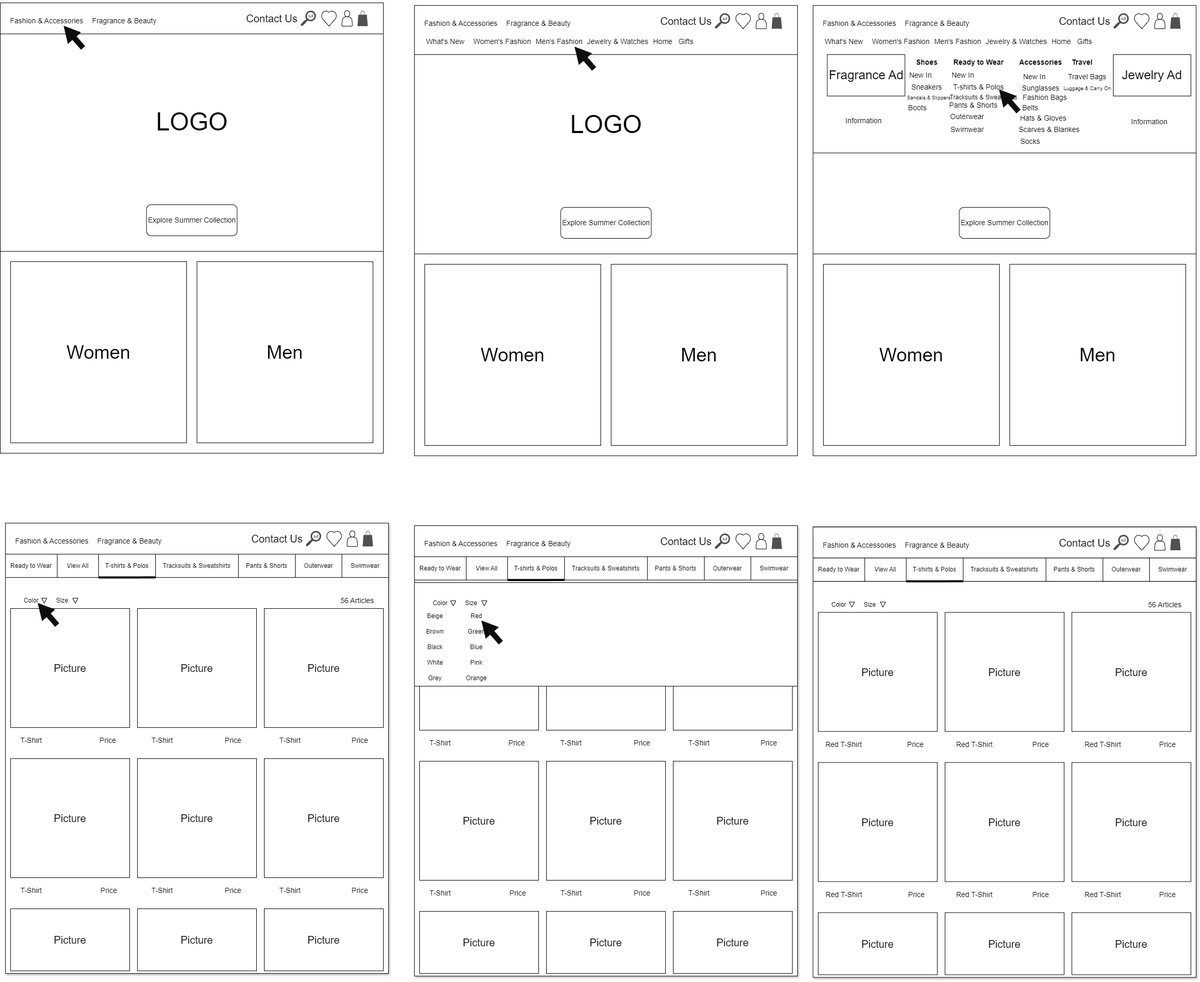
This is project-one-wireframe.drawio.png from raymondmendozaaa/raymondmendozaaa, a draw.io export, as it was before one commit. Source tidied: cells renumbered, new cells last; positions are measured from the earlier drawing's top-left corner, leaving out a move shared by most shapes.
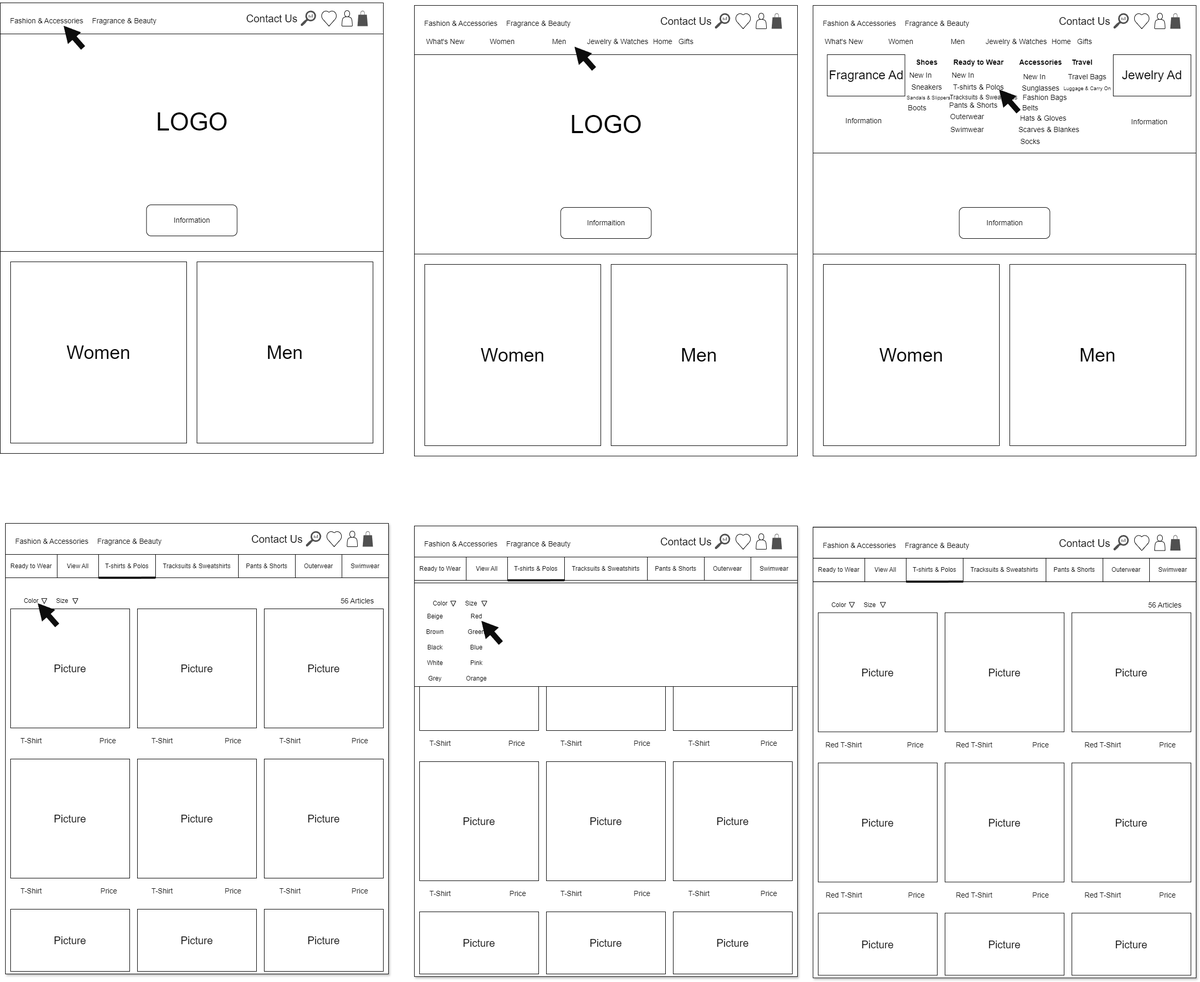
The same diagram one commit later.

Change to the diagram source:
```diff
@@ -41,7 +41,7 @@
     <mxCell id="14" value="&lt;font style=&quot;font-size: 14px;&quot;&gt;Fragrance &amp;amp; Beauty&lt;/font&gt;" style="text;html=1;align=center;verticalAlign=middle;whiteSpace=wrap;rounded=0;" parent="1" vertex="1">
       <mxGeometry x="160" width="160" height="80" as="geometry" />
     </mxCell>
-    <mxCell id="15" value="&lt;font style=&quot;font-size: 14px;&quot;&gt;Explore Summer Collection&lt;/font&gt;" style="rounded=1;whiteSpace=wrap;html=1;" parent="1" vertex="1">
+    <mxCell id="15" value="&lt;span style=&quot;font-size: 14px;&quot;&gt;Information&lt;/span&gt;" style="rounded=1;whiteSpace=wrap;html=1;" parent="1" vertex="1">
       <mxGeometry x="282.5" y="395" width="175" height="60" as="geometry" />
     </mxCell>
     <mxCell id="16" style="rounded=0;whiteSpace=wrap;html=1;" parent="1" vertex="1">
@@ -83,7 +83,7 @@
     <mxCell id="28" value="&lt;font style=&quot;font-size: 14px;&quot;&gt;Fragrance &amp;amp; Beauty&lt;/font&gt;" style="text;html=1;align=center;verticalAlign=middle;whiteSpace=wrap;rounded=0;" parent="1" vertex="1">
       <mxGeometry x="960" y="5" width="160" height="80" as="geometry" />
     </mxCell>
-    <mxCell id="29" value="&lt;font style=&quot;font-size: 14px;&quot;&gt;Explore Summer Collection&lt;/font&gt;" style="rounded=1;whiteSpace=wrap;html=1;" parent="1" vertex="1">
+    <mxCell id="29" value="&lt;span style=&quot;font-size: 14px;&quot;&gt;Informaition&lt;/span&gt;" style="rounded=1;whiteSpace=wrap;html=1;" parent="1" vertex="1">
       <mxGeometry x="1082.5" y="400" width="175" height="60" as="geometry" />
     </mxCell>
     <mxCell id="30" style="shape=flexArrow;endArrow=classic;html=1;rounded=0;strokeWidth=2;width=7.692307692307692;endSize=8.96923076923077;strokeColor=#0D0D0D;fillColor=#0D0D0D;" parent="1" edge="1">
@@ -95,10 +95,10 @@
     <mxCell id="31" value="&lt;font style=&quot;font-size: 14px;&quot;&gt;What's New&lt;/font&gt;" style="text;html=1;align=center;verticalAlign=middle;whiteSpace=wrap;rounded=0;" parent="1" vertex="1">
       <mxGeometry x="820" y="65" width="80" height="30" as="geometry" />
     </mxCell>
-    <mxCell id="32" value="&lt;font style=&quot;font-size: 14px;&quot;&gt;Women's Fashion&lt;/font&gt;" style="text;html=1;align=center;verticalAlign=middle;whiteSpace=wrap;rounded=0;" parent="1" vertex="1">
+    <mxCell id="32" value="&lt;font style=&quot;font-size: 14px;&quot;&gt;Women&lt;/font&gt;" style="text;html=1;align=center;verticalAlign=middle;whiteSpace=wrap;rounded=0;" parent="1" vertex="1">
       <mxGeometry x="910" y="65" width="120" height="30" as="geometry" />
     </mxCell>
-    <mxCell id="33" value="&lt;font style=&quot;font-size: 14px;&quot;&gt;Men's Fashion&lt;/font&gt;" style="text;html=1;align=center;verticalAlign=middle;whiteSpace=wrap;rounded=0;" parent="1" vertex="1">
+    <mxCell id="33" value="&lt;font style=&quot;font-size: 14px;&quot;&gt;Men&lt;/font&gt;" style="text;html=1;align=center;verticalAlign=middle;whiteSpace=wrap;rounded=0;" parent="1" vertex="1">
       <mxGeometry x="1030" y="65" width="100" height="30" as="geometry" />
     </mxCell>
     <mxCell id="34" value="&lt;font style=&quot;font-size: 14px;&quot;&gt;Gifts&lt;/font&gt;" style="text;html=1;align=center;verticalAlign=middle;whiteSpace=wrap;rounded=0;" parent="1" vertex="1">
@@ -149,16 +149,16 @@
     <mxCell id="49" value="&lt;font style=&quot;font-size: 14px;&quot;&gt;Fragrance &amp;amp; Beauty&lt;/font&gt;" style="text;html=1;align=center;verticalAlign=middle;whiteSpace=wrap;rounded=0;" parent="1" vertex="1">
       <mxGeometry x="1730" y="5" width="160" height="80" as="geometry" />
     </mxCell>
-    <mxCell id="50" value="&lt;font style=&quot;font-size: 14px;&quot;&gt;Explore Summer Collection&lt;/font&gt;" style="rounded=1;whiteSpace=wrap;html=1;" parent="1" vertex="1">
+    <mxCell id="50" value="&lt;span style=&quot;font-size: 14px;&quot;&gt;Information&lt;/span&gt;" style="rounded=1;whiteSpace=wrap;html=1;" parent="1" vertex="1">
       <mxGeometry x="1852.5" y="400" width="175" height="60" as="geometry" />
     </mxCell>
     <mxCell id="51" value="&lt;font style=&quot;font-size: 14px;&quot;&gt;What's New&lt;/font&gt;" style="text;html=1;align=center;verticalAlign=middle;whiteSpace=wrap;rounded=0;" parent="1" vertex="1">
       <mxGeometry x="1590" y="65" width="80" height="30" as="geometry" />
     </mxCell>
-    <mxCell id="52" value="&lt;font style=&quot;font-size: 14px;&quot;&gt;Women's Fashion&lt;/font&gt;" style="text;html=1;align=center;verticalAlign=middle;whiteSpace=wrap;rounded=0;" parent="1" vertex="1">
+    <mxCell id="52" value="&lt;font style=&quot;font-size: 14px;&quot;&gt;Women&lt;/font&gt;" style="text;html=1;align=center;verticalAlign=middle;whiteSpace=wrap;rounded=0;" parent="1" vertex="1">
       <mxGeometry x="1680" y="65" width="120" height="30" as="geometry" />
     </mxCell>
-    <mxCell id="53" value="&lt;font style=&quot;font-size: 14px;&quot;&gt;Men's Fashion&lt;/font&gt;" style="text;html=1;align=center;verticalAlign=middle;whiteSpace=wrap;rounded=0;" parent="1" vertex="1">
+    <mxCell id="53" value="&lt;font style=&quot;font-size: 14px;&quot;&gt;Men&lt;/font&gt;" style="text;html=1;align=center;verticalAlign=middle;whiteSpace=wrap;rounded=0;" parent="1" vertex="1">
       <mxGeometry x="1800" y="65" width="100" height="30" as="geometry" />
     </mxCell>
     <mxCell id="54" value="&lt;font style=&quot;font-size: 14px;&quot;&gt;Gifts&lt;/font&gt;" style="text;html=1;align=center;verticalAlign=middle;whiteSpace=wrap;rounded=0;" parent="1" vertex="1">
```
